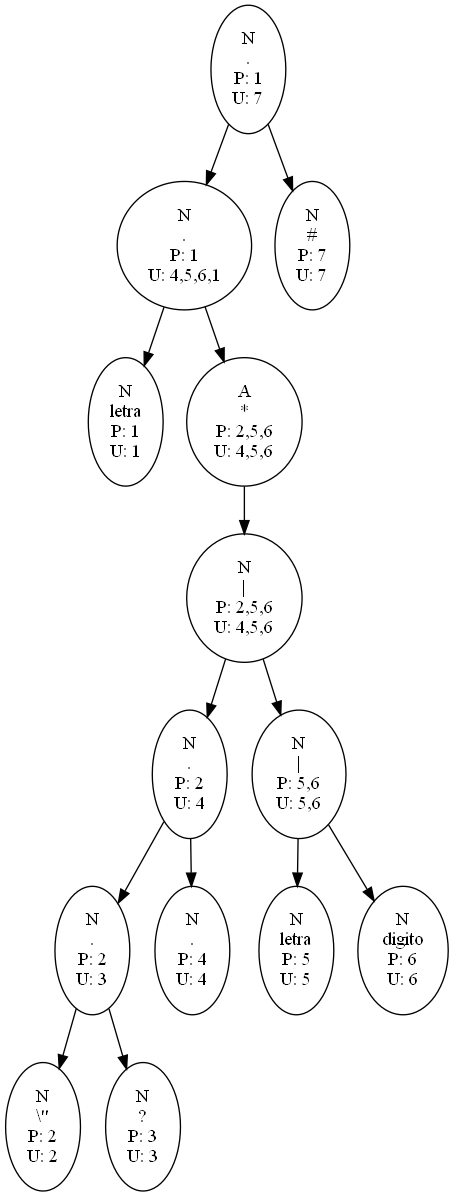
Above: Reportes_202003894/Arboles_202003894/ExpReg1.png in EstuardoSon/OCL1_202003894_P1 (Graphviz), before the change. Its source is kept beside it as Reportes_202003894/Arboles_202003894/ExpReg1.dot.
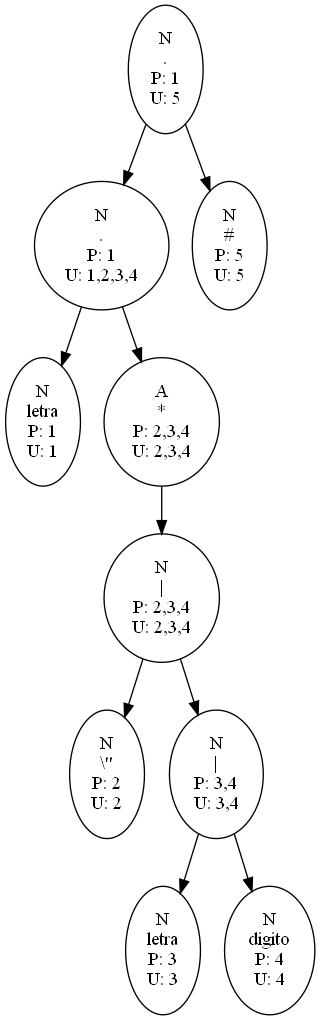
The same diagram one commit later.

Diff of the diagram source:
```diff
@@ -1,5 +1,5 @@
 digraph G{
-N7->N1
+N5->N1
 N1->1
 1[label="N
 letra
@@ -8,63 +8,43 @@
 N1[label="N
 .
 P: 1
-U: 4,5,6,1"];
-N1->N6
-N6->N4
-N4->N3
-N3->N2
+U: 1,2,3,4"];
+N1->N4
+N4->N2
 N2->2
 2[label="N
 \\\"
 P: 2
 U: 2"];
 N2[label="N
-.
-P: 2
-U: 3"];
-N2->3
+|
+P: 2,3,4
+U: 2,3,4"];
+N2->N3
+N3->3
 3[label="N
-\?
+letra
 P: 3
 U: 3"];
 N3[label="N
-.
-P: 2
-U: 4"];
+|
+P: 3,4
+U: 3,4"];
 N3->4
 4[label="N
-.
+digito
 P: 4
 U: 4"];
-N4[label="N
-|
-P: 2,5,6
-U: 4,5,6"];
-N4->N5
+N4[label="A
+*
+P: 2,3,4
+U: 2,3,4"];
+N5[label="N
+.
+P: 1
+U: 5"];
 N5->5
 5[label="N
-letra
 P: 5
 U: 5"];
-N5[label="N
-|
-P: 5,6
-U: 5,6"];
-N5->6
-6[label="N
-digito
-P: 6
-U: 6"];
-N6[label="A
-*
-P: 2,5,6
-U: 4,5,6"];
-N7[label="N
-.
-P: 1
-U: 7"];
-N7->7
-7[label="N
-P: 7
-U: 7"];
 }
```
